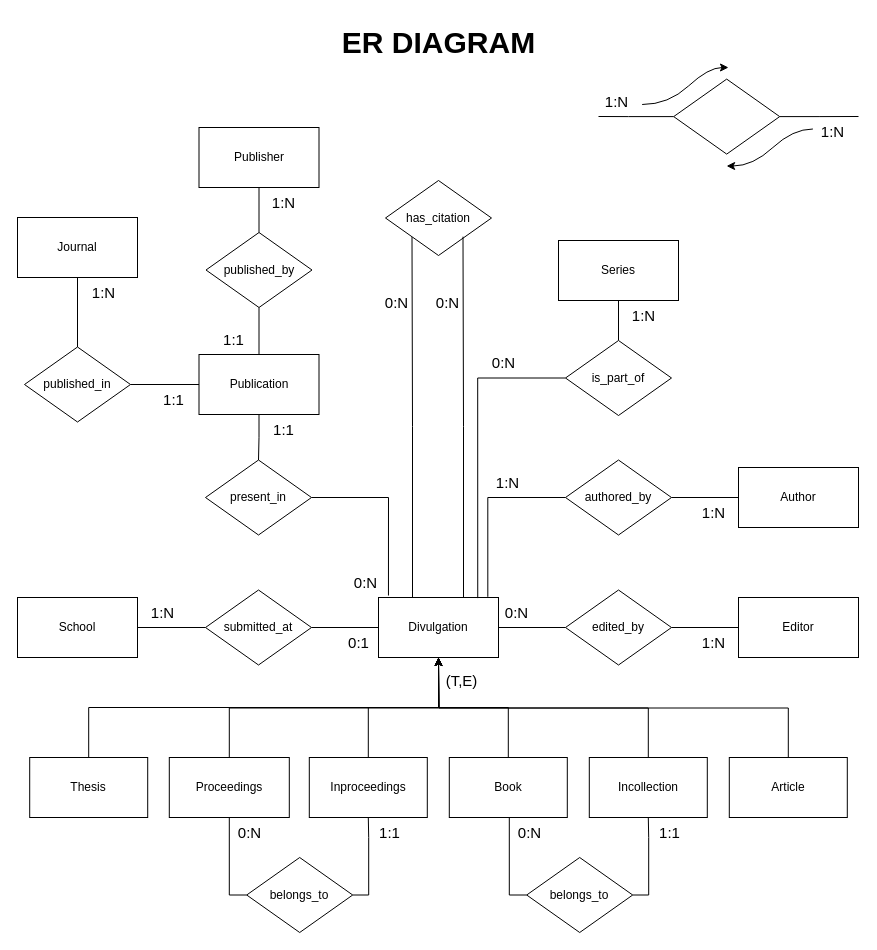
Ax-Time/smbud-project keeps this draw.io diagram as page "Page-1" (1 of 2) of ER_diagram/ER_final.drawio. Above is the earlier version. Source tidied: cells renumbered, new cells numbered last; positions are measured from the earlier drawing's top-left corner, leaving out a move shared by most shapes. Both pictures are drawn from the tidied source at 100%, with x=0, y=0 at pixel (17, 17).
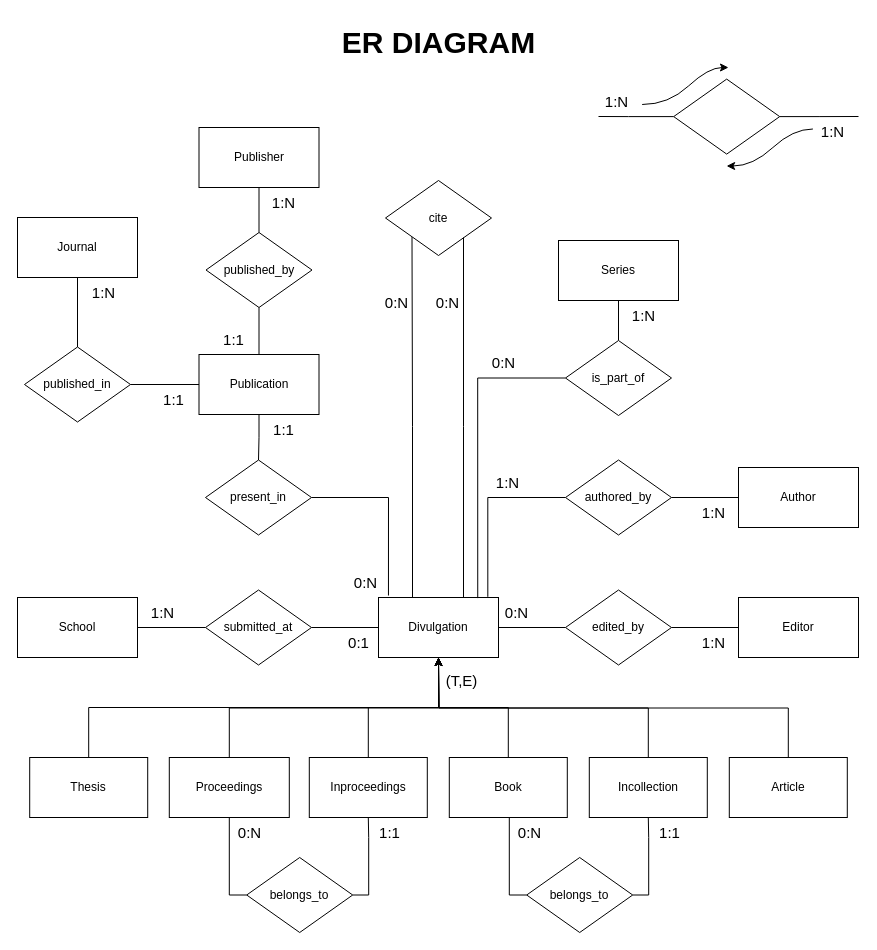
Above is the later version.

Commit message (it also covers changes not shown here):
fix(ER): modified 'has_citation' relationship to an active one

What changed in the source:
```diff
@@
-    <mxCell id="27" value="has_citation" style="rhombus;whiteSpace=wrap;html=1;" parent="1" vertex="1">
+    <mxCell id="27" value="cite" style="rhombus;whiteSpace=wrap;html=1;" parent="1" vertex="1">
       <mxGeometry x="368" y="163" width="106" height="75" as="geometry" />
     </mxCell>
@@
-    <mxCell id="54" style="edgeStyle=orthogonalEdgeStyle;rounded=0;orthogonalLoop=1;jettySize=auto;html=1;exitX=0.25;exitY=0;exitDx=0;exitDy=0;entryX=0;entryY=1;entryDx=0;entryDy=0;endArrow=none;endFill=0;" parent="1" edge="1">
+    <mxCell id="54" style="edgeStyle=orthogonalEdgeStyle;rounded=0;orthogonalLoop=1;jettySize=auto;html=1;exitX=0.25;exitY=0;exitDx=0;exitDy=0;endArrow=none;endFill=0;" parent="1" edge="1">
       <mxGeometry relative="1" as="geometry">
         <mxPoint x="442" y="580" as="sourcePoint" />
-        <mxPoint x="445.5" y="219.2" as="targetPoint" />
+        <mxPoint x="446" y="220" as="targetPoint" />
         <Array as="points">
           <mxPoint x="446" y="580" />
           <mxPoint x="446" y="409" />
         </Array>
       </mxGeometry>
     </mxCell>
```
